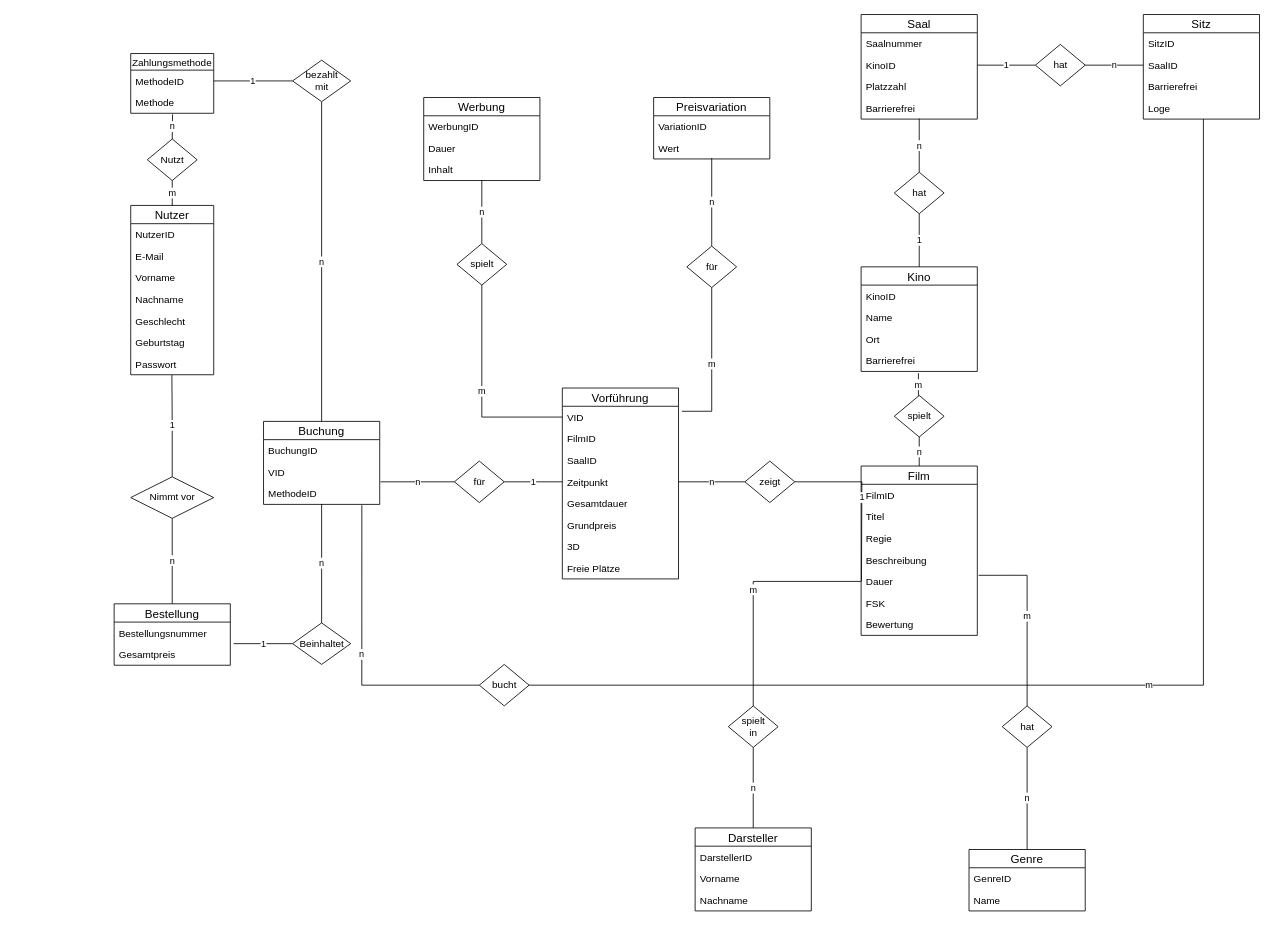
Before: Datenbank/ERDLukas.drawio in LukasBlank/KiNow, a draw.io diagram. Source tidied: cells renumbered, new cells numbered last; positions are measured from the earlier drawing's top-left corner, leaving out a move shared by most shapes. Both pictures are drawn from the tidied source at 83%, with x=0, y=0 at pixel (114, 14).
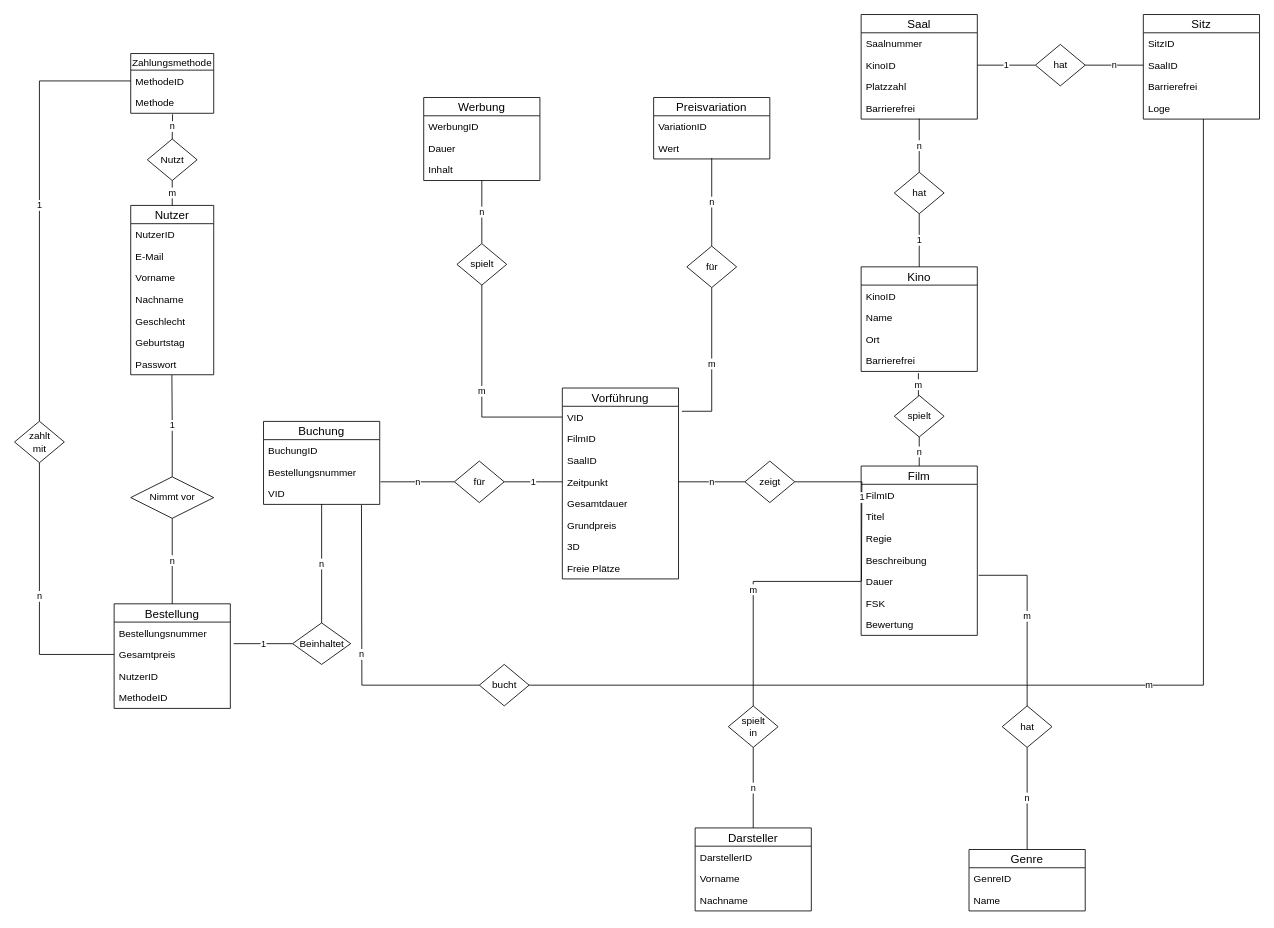
After the change.

The change refers to these unchanged cells:
```xml
<mxCell id="14" value="MethodeID" style="text;strokeColor=none;fillColor=none;spacingLeft=4;spacingRight=4;overflow=hidden;points=[[0,0.5],[1,0.5]];portConstraint=eastwest;fontSize=12;html=0;" parent="13" vertex="1">
  <mxGeometry y="20" width="100" height="26" as="geometry" />
</mxCell>
<mxCell id="18" value="Buchung" style="swimlane;fontStyle=0;horizontal=1;startSize=22;fillColor=none;swimlaneFillColor=#ffffff;align=center;fontSize=14;html=0;" parent="1" vertex="1">
  <mxGeometry x="180" y="490.2" width="140" height="100" as="geometry" />
</mxCell>
<mxCell id="25" value="Gesamtpreis" style="text;strokeColor=none;fillColor=none;spacingLeft=4;spacingRight=4;overflow=hidden;points=[[0,0.5],[1,0.5]];portConstraint=eastwest;fontSize=12;" parent="23" vertex="1">
  <mxGeometry y="48" width="140" height="26" as="geometry" />
</mxCell>
<mxCell id="28" value="Beinhaltet" style="shape=rhombus;html=1;dashed=0;whitespace=wrap;perimeter=rhombusPerimeter;" parent="1" vertex="1">
  <mxGeometry x="215" y="733" width="70" height="50" as="geometry" />
</mxCell>
<mxCell id="34" value="bucht" style="shape=rhombus;html=1;dashed=0;whitespace=wrap;perimeter=rhombusPerimeter;" parent="1" vertex="1">
  <mxGeometry x="440" y="783" width="60" height="50" as="geometry" />
</mxCell>
```

Change to the diagram source:
```diff
@@
+    <mxCell id="108" value="Bestellungsnummer" style="text;strokeColor=none;fillColor=none;spacingLeft=4;spacingRight=4;overflow=hidden;fontSize=12;" parent="18" vertex="1">
+      <mxGeometry y="48" width="140" height="26" as="geometry" />
+    </mxCell>
     <mxCell id="20" value="VID" style="text;strokeColor=none;fillColor=none;spacingLeft=4;spacingRight=4;overflow=hidden;fontSize=12;" parent="18" vertex="1">
-      <mxGeometry y="48" width="140" height="26" as="geometry" />
+      <mxGeometry y="74" width="140" height="26" as="geometry" />
     </mxCell>
-    <mxCell id="21" value="MethodeID" style="text;strokeColor=none;fillColor=none;spacingLeft=4;spacingRight=4;overflow=hidden;points=[[0,0.5],[1,0.5]];portConstraint=eastwest;fontSize=12;html=0;" parent="18" vertex="1">
-      <mxGeometry y="74" width="140" height="26" as="geometry" />
-    </mxCell>
@@
     <mxCell id="23" value="Bestellung" style="swimlane;fontStyle=0;horizontal=1;startSize=22;fillColor=none;swimlaneFillColor=#ffffff;align=center;fontSize=14;html=0;" parent="1" vertex="1">
-      <mxGeometry y="710" width="140" height="74" as="geometry" />
+      <mxGeometry y="710" width="140" height="126" as="geometry" />
     </mxCell>
@@
+    <mxCell id="109" value="NutzerID" style="text;strokeColor=none;fillColor=none;spacingLeft=4;spacingRight=4;overflow=hidden;fontSize=12;" parent="23" vertex="1">
+      <mxGeometry y="74" width="140" height="26" as="geometry" />
+    </mxCell>
+    <mxCell id="21" value="MethodeID" style="text;strokeColor=none;fillColor=none;spacingLeft=4;spacingRight=4;overflow=hidden;points=[[0,0.5],[1,0.5]];portConstraint=eastwest;fontSize=12;" parent="23" vertex="1">
+      <mxGeometry y="100" width="140" height="26" as="geometry" />
+    </mxCell>
-    <mxCell id="26" value="n" style="edgeStyle=orthogonalEdgeStyle;rounded=0;jettySize=auto;html=1;exitX=0.5;exitY=0;exitDx=0;exitDy=0;entryX=0.5;entryY=0.992;entryDx=0;entryDy=0;entryPerimeter=0;endArrow=none;endFill=0;" parent="1" edge="1" source="28" target="21">
-      <mxGeometry relative="1" as="geometry" />
+    <mxCell id="26" value="n" style="edgeStyle=orthogonalEdgeStyle;rounded=0;jettySize=auto;html=1;exitX=0.5;exitY=0;exitDx=0;exitDy=0;entryX=0.5;entryY=0.992;entryDx=0;entryDy=0;entryPerimeter=0;endArrow=none;endFill=0;" parent="1" edge="1" source="28">
+      <mxGeometry relative="1" as="geometry">
+        <mxPoint x="250" y="590" as="targetPoint" />
+      </mxGeometry>
     </mxCell>
@@
-    <mxCell id="29" value="n" style="edgeStyle=orthogonalEdgeStyle;rounded=0;jettySize=auto;html=1;exitX=0.5;exitY=1;exitDx=0;exitDy=0;entryX=0.5;entryY=0;entryDx=0;entryDy=0;endArrow=none;endFill=0;" parent="1" edge="1" source="31" target="18">
-      <mxGeometry relative="1" as="geometry" />
-    </mxCell>
-    <mxCell id="30" value="1" style="edgeStyle=orthogonalEdgeStyle;rounded=0;jettySize=auto;html=1;exitX=0;exitY=0.5;exitDx=0;exitDy=0;entryX=1;entryY=0.5;entryDx=0;entryDy=0;endArrow=none;endFill=0;" parent="1" edge="1" source="31" target="14">
-      <mxGeometry relative="1" as="geometry" />
-    </mxCell>
-    <mxCell id="31" value="bezahlt&lt;br&gt;mit" style="shape=rhombus;html=1;dashed=0;whitespace=wrap;perimeter=rhombusPerimeter;" parent="1" vertex="1">
-      <mxGeometry x="215" y="55" width="70" height="50" as="geometry" />
-    </mxCell>
-    <mxCell id="32" value="n" style="edgeStyle=orthogonalEdgeStyle;rounded=0;jettySize=auto;html=1;exitX=0;exitY=0.5;exitDx=0;exitDy=0;endArrow=none;endFill=0;entryX=0.846;entryY=1.038;entryDx=0;entryDy=0;entryPerimeter=0;" parent="1" edge="1" source="34" target="21">
-      <mxGeometry relative="1" as="geometry" />
+    <mxCell id="32" value="n" style="edgeStyle=orthogonalEdgeStyle;rounded=0;jettySize=auto;html=1;exitX=0;exitY=0.5;exitDx=0;exitDy=0;endArrow=none;endFill=0;entryX=0.846;entryY=1.038;entryDx=0;entryDy=0;entryPerimeter=0;" parent="1" edge="1" source="34">
+      <mxGeometry relative="1" as="geometry">
+        <mxPoint x="298" y="591" as="targetPoint" />
+      </mxGeometry>
     </mxCell>
@@
+    <mxCell id="30" value="1" style="edgeStyle=orthogonalEdgeStyle;rounded=0;jettySize=auto;html=1;exitX=0.5;exitY=0;exitDx=0;exitDy=0;entryX=0;entryY=0.5;entryDx=0;entryDy=0;endArrow=none;endFill=0;" parent="1" edge="1" source="110" target="14">
+      <mxGeometry relative="1" as="geometry" />
+    </mxCell>
+    <mxCell id="29" value="n" style="edgeStyle=orthogonalEdgeStyle;rounded=0;jettySize=auto;html=1;exitX=0.5;exitY=1;exitDx=0;exitDy=0;entryX=0;entryY=0.5;entryDx=0;entryDy=0;endArrow=none;endFill=0;" parent="1" edge="1" source="110" target="25">
+      <mxGeometry relative="1" as="geometry" />
+    </mxCell>
+    <mxCell id="110" value="zahlt&lt;br&gt;mit" style="shape=rhombus;html=1;dashed=0;whitespace=wrap;perimeter=rhombusPerimeter;" parent="1" vertex="1">
+      <mxGeometry x="-120" y="490" width="60" height="50" as="geometry" />
+    </mxCell>
```
